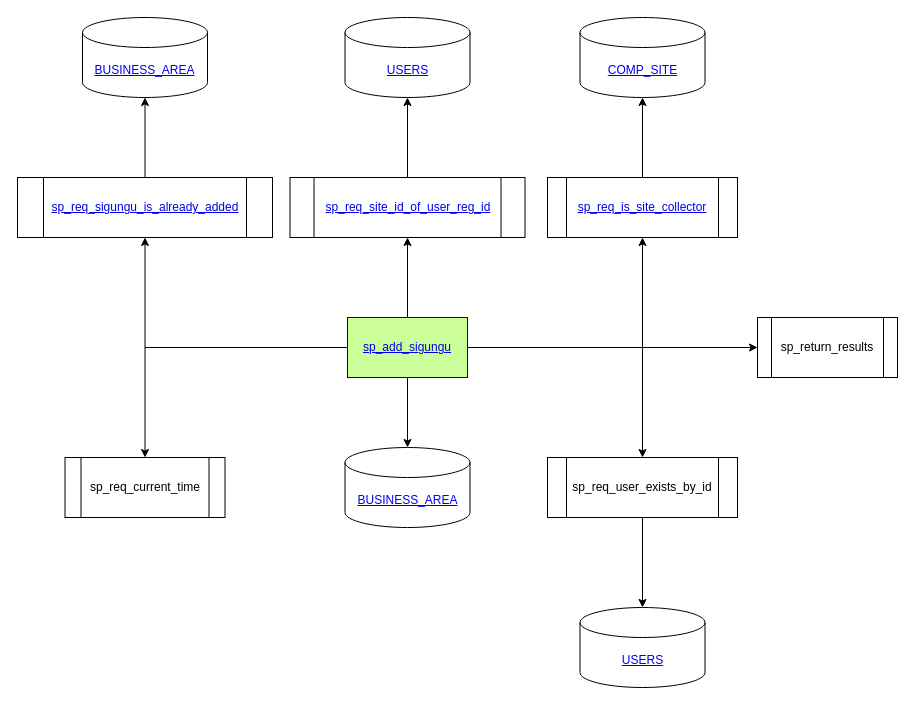
Before: sp_add_sigungu.drawio in Leo-Nam/chium_draw, a draw.io diagram. Source tidied: cells renumbered, new cells numbered last; positions are measured from the earlier drawing's top-left corner, leaving out a move shared by most shapes. Both pictures are drawn from the tidied source at 100%, with x=0, y=0 at pixel (17, 17).
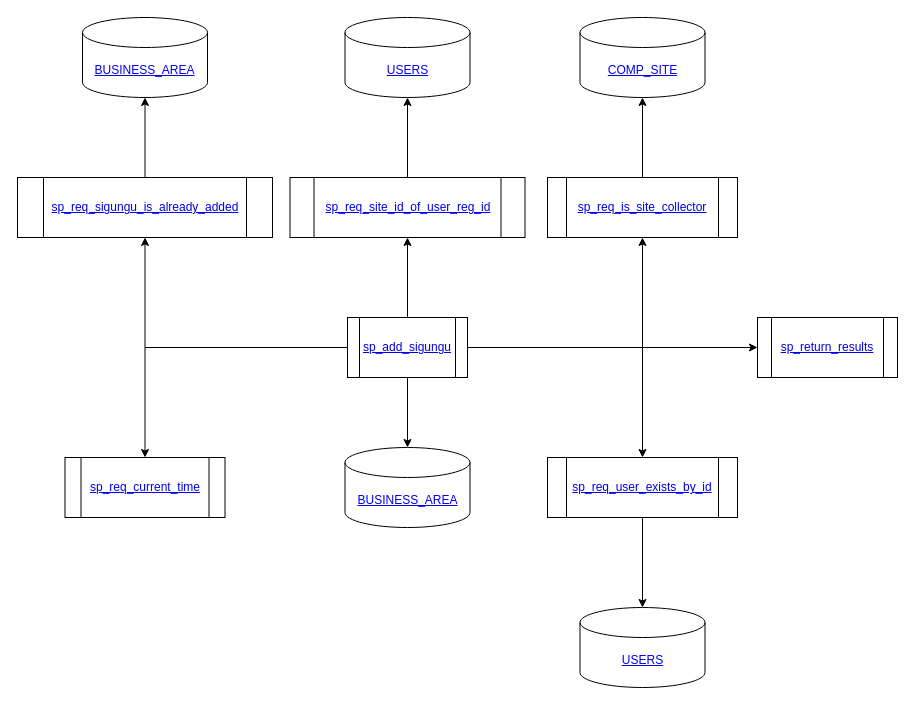
The same page after the edit.

Commit message:
sp_req_user_exists_by_id

The change refers to these unchanged cells:
```xml
<mxCell id="15" value="&lt;a href=&quot;https://github.com/Leo-Nam/chium_draw/blob/master/sp_req_site_id_of_user_reg_id.drawio&quot;&gt;sp_req_site_id_of_user_reg_id&lt;/a&gt;" style="shape=process;whiteSpace=wrap;html=1;backgroundOutline=1;" parent="1" vertex="1">
  <mxGeometry x="272.5" y="160" width="235" height="60" as="geometry" />
</mxCell>
<mxCell id="17" value="&lt;a href=&quot;https://github.com/Leo-Nam/chium_draw/blob/master/sp_req_is_site_collector.drawio&quot;&gt;sp_req_is_site_collector&lt;/a&gt;" style="shape=process;whiteSpace=wrap;html=1;backgroundOutline=1;" parent="1" vertex="1">
  <mxGeometry x="530" y="160" width="190" height="60" as="geometry" />
</mxCell>
<mxCell id="19" value="&lt;a href=&quot;https://github.com/Leo-Nam/chium_draw/blob/master/sp_req_sigungu_is_already_added.drawio&quot;&gt;sp_req_sigungu_is_already_added&lt;/a&gt;" style="shape=process;whiteSpace=wrap;html=1;backgroundOutline=1;" parent="1" vertex="1">
  <mxGeometry y="160" width="255" height="60" as="geometry" />
</mxCell>
<mxCell id="20" value="&lt;a href=&quot;https://www.notion.so/BUSINESS_AREA-015a0a8db19a4183b95bc66464771884&quot;&gt;BUSINESS_AREA&lt;/a&gt;" style="shape=cylinder3;whiteSpace=wrap;html=1;boundedLbl=1;backgroundOutline=1;size=15;" parent="1" vertex="1">
  <mxGeometry x="327.5" y="430" width="125" height="80" as="geometry" />
</mxCell>
```

The edit, as a diff of the source:
```diff
@@
-    <mxCell id="2" style="edgeStyle=orthogonalEdgeStyle;rounded=0;jettySize=auto;html=1;" parent="1" edge="1" source="9" target="10">
+    <mxCell id="2" style="edgeStyle=orthogonalEdgeStyle;rounded=0;jettySize=auto;html=1;exitX=1;exitY=0.5;exitDx=0;exitDy=0;" parent="1" edge="1" source="9" target="10">
       <mxGeometry relative="1" as="geometry" />
     </mxCell>
-    <mxCell id="3" style="edgeStyle=orthogonalEdgeStyle;rounded=0;jettySize=auto;html=1;" parent="1" edge="1" source="9" target="11">
+    <mxCell id="3" style="edgeStyle=orthogonalEdgeStyle;rounded=0;jettySize=auto;html=1;exitX=0;exitY=0.5;exitDx=0;exitDy=0;" parent="1" edge="1" source="9" target="11">
       <mxGeometry relative="1" as="geometry" />
     </mxCell>
-    <mxCell id="4" style="edgeStyle=orthogonalEdgeStyle;rounded=0;jettySize=auto;html=1;" parent="1" edge="1" source="9" target="13">
+    <mxCell id="4" style="edgeStyle=orthogonalEdgeStyle;rounded=0;jettySize=auto;html=1;exitX=1;exitY=0.5;exitDx=0;exitDy=0;" parent="1" edge="1" source="9" target="13">
       <mxGeometry relative="1" as="geometry" />
     </mxCell>
-    <mxCell id="5" style="edgeStyle=orthogonalEdgeStyle;rounded=0;jettySize=auto;html=1;" parent="1" edge="1" source="9" target="15">
+    <mxCell id="5" style="edgeStyle=orthogonalEdgeStyle;rounded=0;jettySize=auto;html=1;exitX=0.5;exitY=0;exitDx=0;exitDy=0;" parent="1" edge="1" source="9" target="15">
       <mxGeometry relative="1" as="geometry" />
     </mxCell>
-    <mxCell id="6" style="edgeStyle=orthogonalEdgeStyle;rounded=0;jettySize=auto;html=1;entryX=0.5;entryY=1;entryDx=0;entryDy=0;" parent="1" edge="1" source="9" target="17">
+    <mxCell id="6" style="edgeStyle=orthogonalEdgeStyle;rounded=0;jettySize=auto;html=1;entryX=0.5;entryY=1;entryDx=0;entryDy=0;exitX=1;exitY=0.5;exitDx=0;exitDy=0;" parent="1" edge="1" source="9" target="17">
       <mxGeometry relative="1" as="geometry" />
     </mxCell>
-    <mxCell id="7" style="edgeStyle=orthogonalEdgeStyle;rounded=0;jettySize=auto;html=1;entryX=0.5;entryY=1;entryDx=0;entryDy=0;" parent="1" edge="1" source="9" target="19">
+    <mxCell id="7" style="edgeStyle=orthogonalEdgeStyle;rounded=0;jettySize=auto;html=1;entryX=0.5;entryY=1;entryDx=0;entryDy=0;exitX=0;exitY=0.5;exitDx=0;exitDy=0;" parent="1" edge="1" source="9" target="19">
       <mxGeometry relative="1" as="geometry" />
     </mxCell>
-    <mxCell id="8" style="edgeStyle=orthogonalEdgeStyle;rounded=0;jettySize=auto;html=1;entryX=0.5;entryY=0;entryDx=0;entryDy=0;entryPerimeter=0;" parent="1" edge="1" source="9" target="20">
+    <mxCell id="8" style="edgeStyle=orthogonalEdgeStyle;rounded=0;jettySize=auto;html=1;entryX=0.5;entryY=0;entryDx=0;entryDy=0;entryPerimeter=0;exitX=0.5;exitY=1;exitDx=0;exitDy=0;" parent="1" edge="1" source="9" target="20">
       <mxGeometry relative="1" as="geometry" />
     </mxCell>
-    <mxCell id="9" value="&lt;a href=&quot;https://www.notion.so/sp_add_sigungu-6005a9e6f18a495cbc406c0f40ac4710&quot;&gt;sp_add_sigungu&lt;/a&gt;" style="rounded=0;whiteSpace=wrap;html=1;strokeColor=#330000;fillColor=#CCFF99;" parent="1" vertex="1">
-      <mxGeometry x="330" y="300" width="120" height="60" as="geometry" />
-    </mxCell>
-    <mxCell id="10" value="sp_return_results" style="shape=process;whiteSpace=wrap;html=1;backgroundOutline=1;rounded=0;" parent="1" vertex="1">
+    <mxCell id="10" value="&lt;a href=&quot;https://www.notion.so/sp_return_results-b1f5b4a13f4d4b1788f853a92adec7d1&quot;&gt;sp_return_results&lt;/a&gt;" style="shape=process;whiteSpace=wrap;html=1;backgroundOutline=1;rounded=0;" parent="1" vertex="1">
       <mxGeometry x="740" y="300" width="140" height="60" as="geometry" />
     </mxCell>
-    <mxCell id="11" value="sp_req_current_time" style="shape=process;whiteSpace=wrap;html=1;backgroundOutline=1;rounded=0;" parent="1" vertex="1">
+    <mxCell id="11" value="&lt;a href=&quot;https://www.notion.so/sp_req_current_time-1454565caebf4d388516896cf44f081d&quot;&gt;sp_req_current_time&lt;/a&gt;" style="shape=process;whiteSpace=wrap;html=1;backgroundOutline=1;rounded=0;" parent="1" vertex="1">
       <mxGeometry x="47.5" y="440" width="160" height="60" as="geometry" />
     </mxCell>
@@
-    <mxCell id="13" value="sp_req_user_exists_by_id" style="shape=process;whiteSpace=wrap;html=1;backgroundOutline=1;rounded=0;" parent="1" vertex="1">
+    <mxCell id="13" value="&lt;a href=&quot;https://github.com/Leo-Nam/chium_draw/blob/master/sp_req_user_exists_by_id.drawio&quot;&gt;sp_req_user_exists_by_id&lt;/a&gt;" style="shape=process;whiteSpace=wrap;html=1;backgroundOutline=1;rounded=0;" parent="1" vertex="1">
       <mxGeometry x="530" y="440" width="190" height="60" as="geometry" />
     </mxCell>
@@
+    <mxCell id="9" value="&lt;a href=&quot;https://www.notion.so/sp_add_sigungu-6005a9e6f18a495cbc406c0f40ac4710&quot;&gt;sp_add_sigungu&lt;/a&gt;" style="shape=process;whiteSpace=wrap;html=1;backgroundOutline=1;" parent="1" vertex="1">
+      <mxGeometry x="330" y="300" width="120" height="60" as="geometry" />
+    </mxCell>
```
